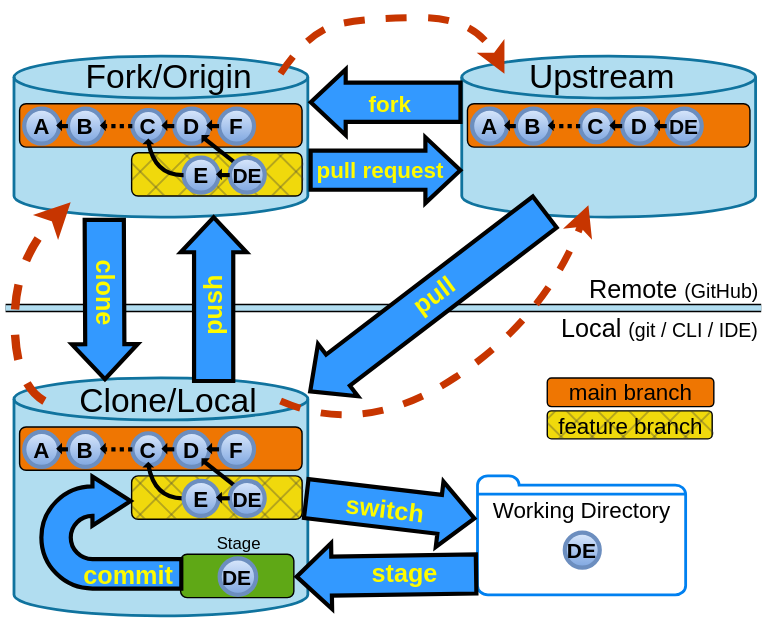
The draw.io diagram materials/BaseDiagram.svg in HFOSSedu/GitKit-Codespace, before a commit. Source tidied: cells renumbered, new cells last; positions are measured from the earlier drawing's top-left corner, leaving out a move shared by most shapes.
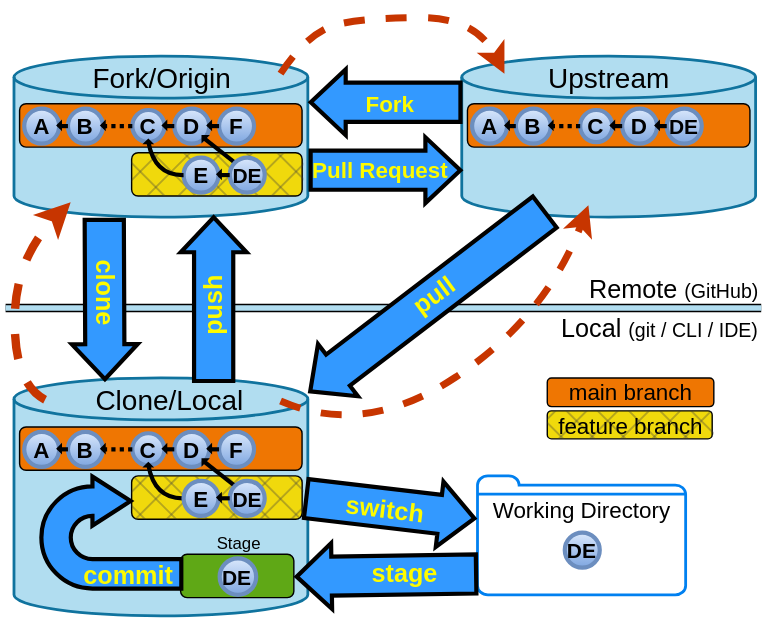
The same file after the commit.

Change to the diagram source:
```diff
@@ -29,8 +29,8 @@
     <mxCell id="9" style="shape=cylinder3;whiteSpace=wrap;html=1;boundedLbl=1;backgroundOutline=1;size=15;labelBackgroundColor=default;fillColor=#b1ddf0;strokeColor=#10739e;strokeWidth=2;" parent="8" vertex="1">
       <mxGeometry width="210" height="170" as="geometry" />
     </mxCell>
-    <mxCell id="10" value="Clone/Local" style="text;html=1;whiteSpace=wrap;strokeColor=none;fillColor=none;align=center;verticalAlign=middle;rounded=0;fontSize=24;" parent="8" vertex="1">
-      <mxGeometry x="21.2" y="1" width="177.5" height="30" as="geometry" />
+    <mxCell id="10" value="Clone/Local" style="text;html=1;whiteSpace=wrap;strokeColor=none;fillColor=none;align=center;verticalAlign=middle;rounded=0;fontSize=20;" parent="8" vertex="1">
+      <mxGeometry x="21.7" width="177.5" height="30" as="geometry" />
     </mxCell>
     <mxCell id="11" style="rounded=1;whiteSpace=wrap;html=1;labelBackgroundColor=default;labelBorderColor=default;fillColor=#5FA816;fontColor=#000000;strokeColor=default;fillStyle=solid;" parent="8" vertex="1">
       <mxGeometry x="119.1" y="126" width="80.9" height="31" as="geometry" />
@@ -174,14 +174,14 @@
     <mxCell id="56" style="shape=cylinder3;whiteSpace=wrap;html=1;boundedLbl=1;backgroundOutline=1;size=15;labelBackgroundColor=default;fillColor=#b1ddf0;strokeColor=#10739e;strokeWidth=2;" parent="1" vertex="1">
       <mxGeometry x="10" y="40" width="210" height="115" as="geometry" />
     </mxCell>
-    <mxCell id="57" value="Fork/Origin" style="text;html=1;whiteSpace=wrap;strokeColor=none;fillColor=none;align=center;verticalAlign=middle;rounded=0;fontSize=24;" parent="1" vertex="1">
-      <mxGeometry x="31.2" y="40" width="178.8" height="30" as="geometry" />
+    <mxCell id="57" value="Fork/Origin" style="text;html=1;whiteSpace=wrap;strokeColor=none;fillColor=none;align=center;verticalAlign=middle;rounded=0;fontSize=20;" parent="1" vertex="1">
+      <mxGeometry x="25.6" y="40" width="178.8" height="30" as="geometry" />
     </mxCell>
     <mxCell id="58" style="shape=cylinder3;whiteSpace=wrap;html=1;boundedLbl=1;backgroundOutline=1;size=15;labelBackgroundColor=default;fillColor=#b1ddf0;strokeColor=#10739e;strokeWidth=2;" parent="1" vertex="1">
       <mxGeometry x="330" y="40" width="210" height="115" as="geometry" />
     </mxCell>
-    <mxCell id="59" value="Upstream" style="text;html=1;whiteSpace=wrap;strokeColor=none;fillColor=none;align=center;verticalAlign=middle;rounded=0;fontSize=24;" parent="1" vertex="1">
-      <mxGeometry x="341.2" y="40" width="177.5" height="30" as="geometry" />
+    <mxCell id="59" value="Upstream" style="text;html=1;whiteSpace=wrap;strokeColor=none;fillColor=none;align=center;verticalAlign=middle;rounded=0;fontSize=20;" parent="1" vertex="1">
+      <mxGeometry x="346.2" y="40" width="177.5" height="30" as="geometry" />
     </mxCell>
     <mxCell id="60" style="group;" parent="1" vertex="1">
       <mxGeometry x="220" y="106" width="110" height="30" as="geometry" />
@@ -193,7 +193,7 @@
         <mxPoint x="1" as="offset" />
       </mxGeometry>
     </mxCell>
-    <mxCell id="62" value="pull request" style="text;html=1;strokeColor=none;fillColor=none;align=center;verticalAlign=middle;rounded=0;fontSize=16;fontStyle=1;fontColor=light-dark(#fefb00, #ededed);spacing=0;" parent="60" vertex="1">
+    <mxCell id="62" value="Pull Request" style="text;html=1;strokeColor=none;fillColor=none;align=center;verticalAlign=middle;rounded=0;fontSize=16;fontStyle=1;fontColor=light-dark(#fefb00, #ededed);spacing=0;" parent="60" vertex="1">
       <mxGeometry x="23.8" width="55" height="30" as="geometry" />
     </mxCell>
     <mxCell id="63" value="`" style="curved=1;endArrow=classic;rounded=0;strokeWidth=5;dashed=1;flowAnimation=0;fillColor=#fa6800;strokeColor=#C73500;shadow=0;noLabel=1;" parent="1" edge="1">
@@ -229,7 +229,7 @@
     <mxCell id="67" style="group;rotation=-180;" parent="65" vertex="1">
       <mxGeometry width="120" height="30" as="geometry" />
     </mxCell>
-    <mxCell id="68" value="fork" style="text;html=1;strokeColor=none;fillColor=none;align=center;verticalAlign=middle;rounded=0;fontSize=16;fontStyle=1;fontColor=light-dark(#fefb00, #ededed);spacing=0;rotation=0;" parent="67" vertex="1">
+    <mxCell id="68" value="Fork" style="text;html=1;strokeColor=none;fillColor=none;align=center;verticalAlign=middle;rounded=0;fontSize=16;fontStyle=1;fontColor=light-dark(#fefb00, #ededed);spacing=0;rotation=0;" parent="67" vertex="1">
       <mxGeometry x="34" y="1" width="60" height="30" as="geometry" />
     </mxCell>
     <mxCell id="69" style="group;" parent="1" vertex="1">
```
